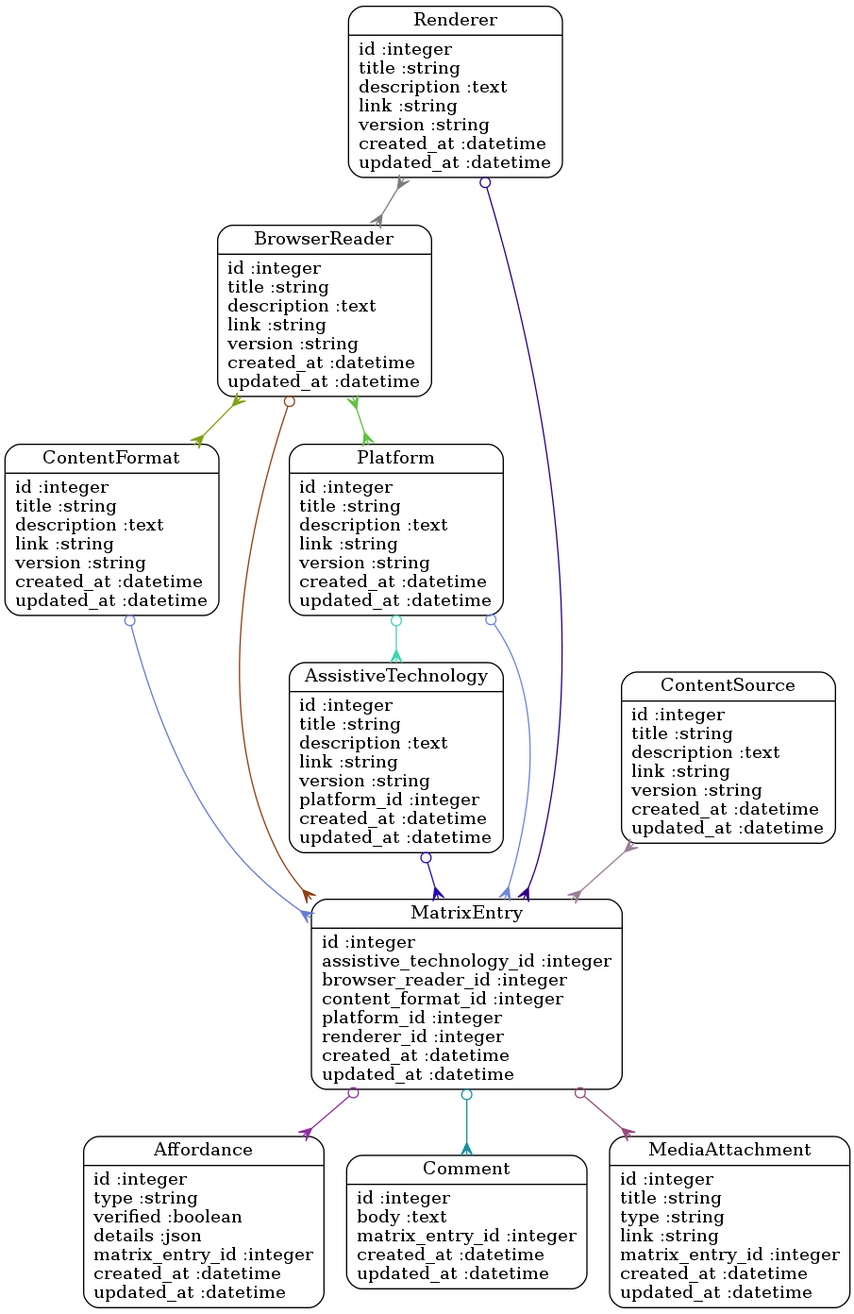
This is models.png from benetech/math-support-finder, a Graphviz export, as it was before one commit. Its source is kept beside it as models.dot.
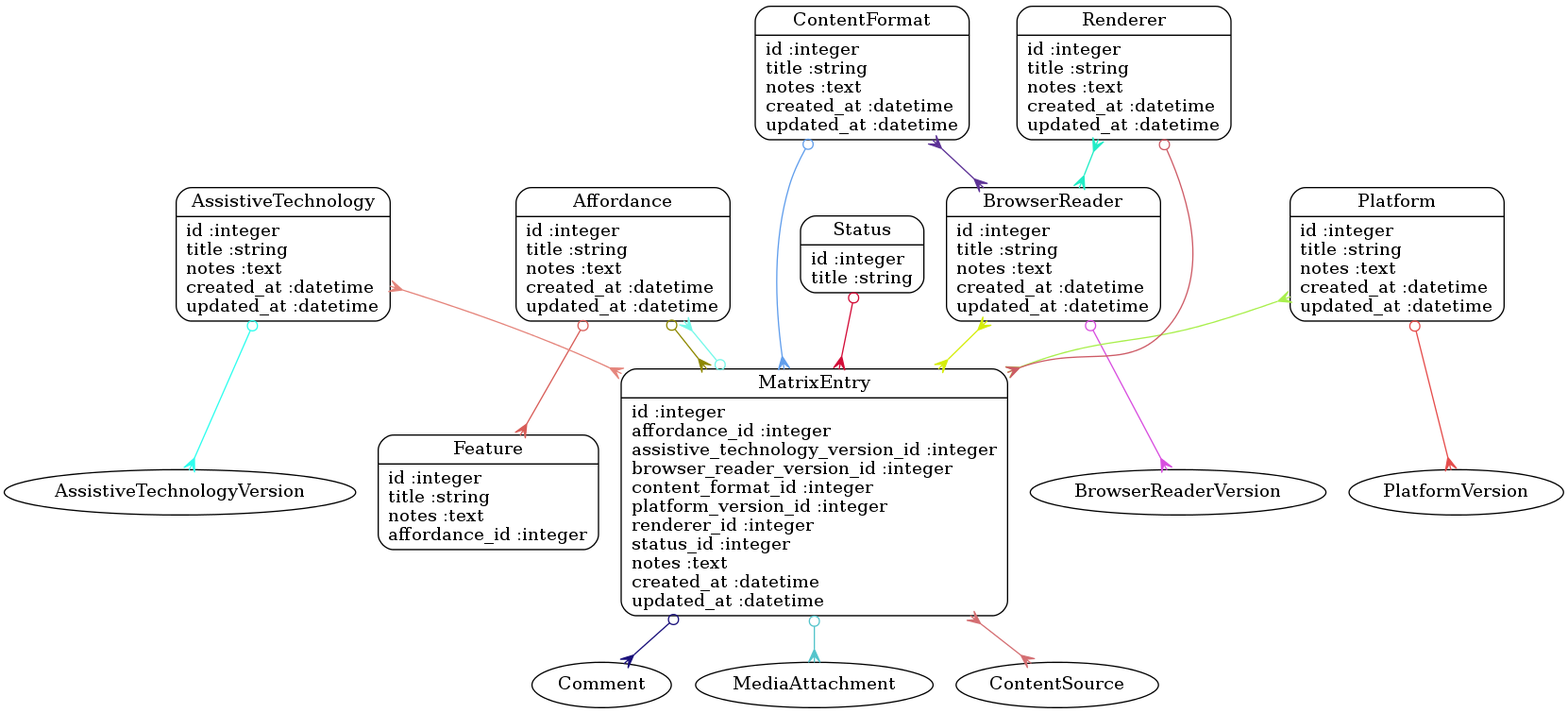
After the commit.

The edit, as a diff of the source:
```diff
@@ -1,26 +1,29 @@
 digraph models_diagram {
 	graph[overlap=false, splines=true]
-	"Affordance" [shape=Mrecord, label="{Affordance|id :integer\ltype :string\lverified :boolean\ldetails :json\lmatrix_entry_id :integer\lcreated_at :datetime\lupdated_at :datetime\l}"]
-	"AssistiveTechnology" [shape=Mrecord, label="{AssistiveTechnology|id :integer\ltitle :string\ldescription :text\llink :string\lversion :string\lplatform_id :integer\lcreated_at :datetime\lupdated_at :datetime\l}"]
-	"BrowserReader" [shape=Mrecord, label="{BrowserReader|id :integer\ltitle :string\ldescription :text\llink :string\lversion :string\lcreated_at :datetime\lupdated_at :datetime\l}"]
-	"Comment" [shape=Mrecord, label="{Comment|id :integer\lbody :text\lmatrix_entry_id :integer\lcreated_at :datetime\lupdated_at :datetime\l}"]
-	"ContentFormat" [shape=Mrecord, label="{ContentFormat|id :integer\ltitle :string\ldescription :text\llink :string\lversion :string\lcreated_at :datetime\lupdated_at :datetime\l}"]
-	"ContentSource" [shape=Mrecord, label="{ContentSource|id :integer\ltitle :string\ldescription :text\llink :string\lversion :string\lcreated_at :datetime\lupdated_at :datetime\l}"]
-	"MatrixEntry" [shape=Mrecord, label="{MatrixEntry|id :integer\lassistive_technology_id :integer\lbrowser_reader_id :integer\lcontent_format_id :integer\lplatform_id :integer\lrenderer_id :integer\lcreated_at :datetime\lupdated_at :datetime\l}"]
-	"MediaAttachment" [shape=Mrecord, label="{MediaAttachment|id :integer\ltitle :string\ltype :string\llink :string\lmatrix_entry_id :integer\lcreated_at :datetime\lupdated_at :datetime\l}"]
-	"Platform" [shape=Mrecord, label="{Platform|id :integer\ltitle :string\ldescription :text\llink :string\lversion :string\lcreated_at :datetime\lupdated_at :datetime\l}"]
-	"Renderer" [shape=Mrecord, label="{Renderer|id :integer\ltitle :string\ldescription :text\llink :string\lversion :string\lcreated_at :datetime\lupdated_at :datetime\l}"]
-	"AssistiveTechnology" -> "MatrixEntry" [arrowtail=odot, arrowhead=crow, dir=both color="#280CAE"]
-	"BrowserReader" -> "MatrixEntry" [arrowtail=odot, arrowhead=crow, dir=both color="#8E4015"]
-	"BrowserReader" -> "ContentFormat" [arrowtail=crow, arrowhead=crow, dir=both color="#80A217"]
-	"BrowserReader" -> "Platform" [arrowtail=crow, arrowhead=crow, dir=both color="#62C242"]
-	"ContentFormat" -> "MatrixEntry" [arrowtail=odot, arrowhead=crow, dir=both color="#687CD1"]
-	"ContentSource" -> "MatrixEntry" [arrowtail=crow, arrowhead=crow, dir=both color="#9A7F99"]
-	"MatrixEntry" -> "Affordance" [arrowtail=odot, arrowhead=crow, dir=both color="#8F2DA0"]
-	"MatrixEntry" -> "Comment" [arrowtail=odot, arrowhead=crow, dir=both color="#1C8F9B"]
-	"MatrixEntry" -> "MediaAttachment" [arrowtail=odot, arrowhead=crow, dir=both color="#97497A"]
-	"Platform" -> "AssistiveTechnology" [arrowtail=odot, arrowhead=crow, dir=both color="#41D5B2"]
-	"Platform" -> "MatrixEntry" [arrowtail=odot, arrowhead=crow, dir=both color="#6E85DB"]
-	"Renderer" -> "MatrixEntry" [arrowtail=odot, arrowhead=crow, dir=both color="#2C0280"]
-	"Renderer" -> "BrowserReader" [arrowtail=crow, arrowhead=crow, dir=both color="#7A7D80"]
+	"Affordance" [shape=Mrecord, label="{Affordance|id :integer\ltitle :string\lnotes :text\lcreated_at :datetime\lupdated_at :datetime\l}"]
+	"AssistiveTechnology" [shape=Mrecord, label="{AssistiveTechnology|id :integer\ltitle :string\lnotes :text\lcreated_at :datetime\lupdated_at :datetime\l}"]
+	"BrowserReader" [shape=Mrecord, label="{BrowserReader|id :integer\ltitle :string\lnotes :text\lcreated_at :datetime\lupdated_at :datetime\l}"]
+	"ContentFormat" [shape=Mrecord, label="{ContentFormat|id :integer\ltitle :string\lnotes :text\lcreated_at :datetime\lupdated_at :datetime\l}"]
+	"Feature" [shape=Mrecord, label="{Feature|id :integer\ltitle :string\lnotes :text\laffordance_id :integer\l}"]
+	"MatrixEntry" [shape=Mrecord, label="{MatrixEntry|id :integer\laffordance_id :integer\lassistive_technology_version_id :integer\lbrowser_reader_version_id :integer\lcontent_format_id :integer\lplatform_version_id :integer\lrenderer_id :integer\lstatus_id :integer\lnotes :text\lcreated_at :datetime\lupdated_at :datetime\l}"]
+	"Platform" [shape=Mrecord, label="{Platform|id :integer\ltitle :string\lnotes :text\lcreated_at :datetime\lupdated_at :datetime\l}"]
+	"Renderer" [shape=Mrecord, label="{Renderer|id :integer\ltitle :string\lnotes :text\lcreated_at :datetime\lupdated_at :datetime\l}"]
+	"Status" [shape=Mrecord, label="{Status|id :integer\ltitle :string\l}"]
+	"Affordance" -> "Feature" [arrowtail=odot, arrowhead=crow, dir=both color="#D85D58"]
+	"Affordance" -> "MatrixEntry" [arrowtail=odot, arrowhead=crow, dir=both color="#8E8800"]
+	"AssistiveTechnology" -> "AssistiveTechnologyVersion" [arrowtail=odot, arrowhead=crow, dir=both color="#2FFEEE"]
+	"AssistiveTechnology" -> "MatrixEntry" [arrowtail=crow, arrowhead=crow, dir=both color="#E5857C"]
+	"BrowserReader" -> "BrowserReaderVersion" [arrowtail=odot, arrowhead=crow, dir=both color="#D84EDF"]
+	"BrowserReader" -> "MatrixEntry" [arrowtail=crow, arrowhead=crow, dir=both color="#D5ED0A"]
+	"ContentFormat" -> "MatrixEntry" [arrowtail=odot, arrowhead=crow, dir=both color="#619EEC"]
+	"ContentFormat" -> "BrowserReader" [arrowtail=crow, arrowhead=crow, dir=both color="#5D3296"]
+	"MatrixEntry" -> "Affordance" [arrowtail=odot, arrowhead=crow, dir=both color="#74F8E9"]
+	"MatrixEntry" -> "Comment" [arrowtail=odot, arrowhead=crow, dir=both color="#19107B"]
+	"MatrixEntry" -> "MediaAttachment" [arrowtail=odot, arrowhead=crow, dir=both color="#54C4CB"]
+	"MatrixEntry" -> "ContentSource" [arrowtail=crow, arrowhead=crow, dir=both color="#D46E72"]
+	"Platform" -> "PlatformVersion" [arrowtail=odot, arrowhead=crow, dir=both color="#E54D4C"]
+	"Platform" -> "MatrixEntry" [arrowtail=crow, arrowhead=crow, dir=both color="#A9EF4D"]
+	"Renderer" -> "MatrixEntry" [arrowtail=odot, arrowhead=crow, dir=both color="#CD5B66"]
+	"Renderer" -> "BrowserReader" [arrowtail=crow, arrowhead=crow, dir=both color="#21ECC6"]
+	"Status" -> "MatrixEntry" [arrowtail=odot, arrowhead=crow, dir=both color="#D30D38"]
 }
```
